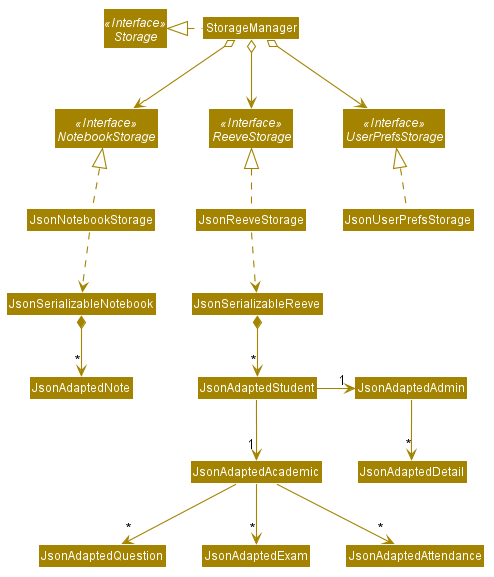
This is docs/images/StorageClassDiagram.png from nus-cs2103-AY2021S1/tp, a PlantUML export, as it was before one commit.
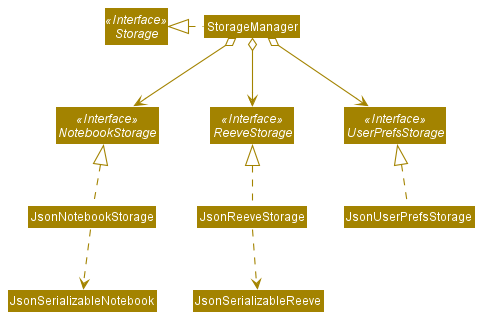
After the commit.

Commit message:
Fix storage diagram

What changed in the source:
```diff
@@ -1,55 +1,8 @@
 @startuml
-
-
-
-
-
-
-
-
-skinparam BackgroundColor #FFFFFFF
-
-skinparam Shadowing false
-
-skinparam Class {
-    FontColor #FFFFFF
-    BorderThickness 1
-    BorderColor #FFFFFF
-    StereotypeFontColor #FFFFFF
-    FontName Arial
-}
-
-skinparam Actor {
-    BorderColor #000000
-    Color #000000
-    FontName Arial
-}
-
-skinparam Sequence {
-    MessageAlign center
-    BoxFontSize 15
-    BoxPadding 0
-    BoxFontColor #FFFFFF
-    FontName Arial
-}
-
-skinparam Participant {
-    FontColor #FFFFFFF
-    Padding 20
-}
-
-skinparam MinClassWidth 50
-skinparam ParticipantPadding 10
-skinparam Shadowing false
-skinparam DefaultTextAlignment center
-skinparam packageStyle Rectangle
-
-hide footbox
-hide members
-hide circle
+!include style.puml
 skinparam arrowThickness 1.1
-skinparam arrowColor #A38300
-skinparam classBackgroundColor #A38300
+skinparam arrowColor STORAGE_COLOR
+skinparam classBackgroundColor STORAGE_COLOR
 
 Interface Storage <<Interface>>
 Interface UserPrefsStorage <<Interface>>
@@ -69,14 +22,6 @@
 JsonUserPrefsStorage .up.|> UserPrefsStorage
 JsonReeveStorage .up.|> ReeveStorage
 JsonReeveStorage .down.> JsonSerializableReeve
-JsonSerializableReeve *--> "*" JsonAdaptedStudent
-JsonAdaptedStudent -right-> "1" JsonAdaptedAdmin
-JsonAdaptedStudent --> "1" JsonAdaptedAcademic
-JsonAdaptedAdmin -down-> "*" JsonAdaptedDetail
-JsonAdaptedAcademic -down-> "*" JsonAdaptedQuestion
-JsonAdaptedAcademic -down-> "*" JsonAdaptedExam
-JsonAdaptedAcademic -down-> "*" JsonAdaptedAttendance
 JsonNotebookStorage .up.|> NotebookStorage
 JsonNotebookStorage .down.> JsonSerializableNotebook
-JsonSerializableNotebook *-down-> "*" JsonAdaptedNote
 @enduml
```
